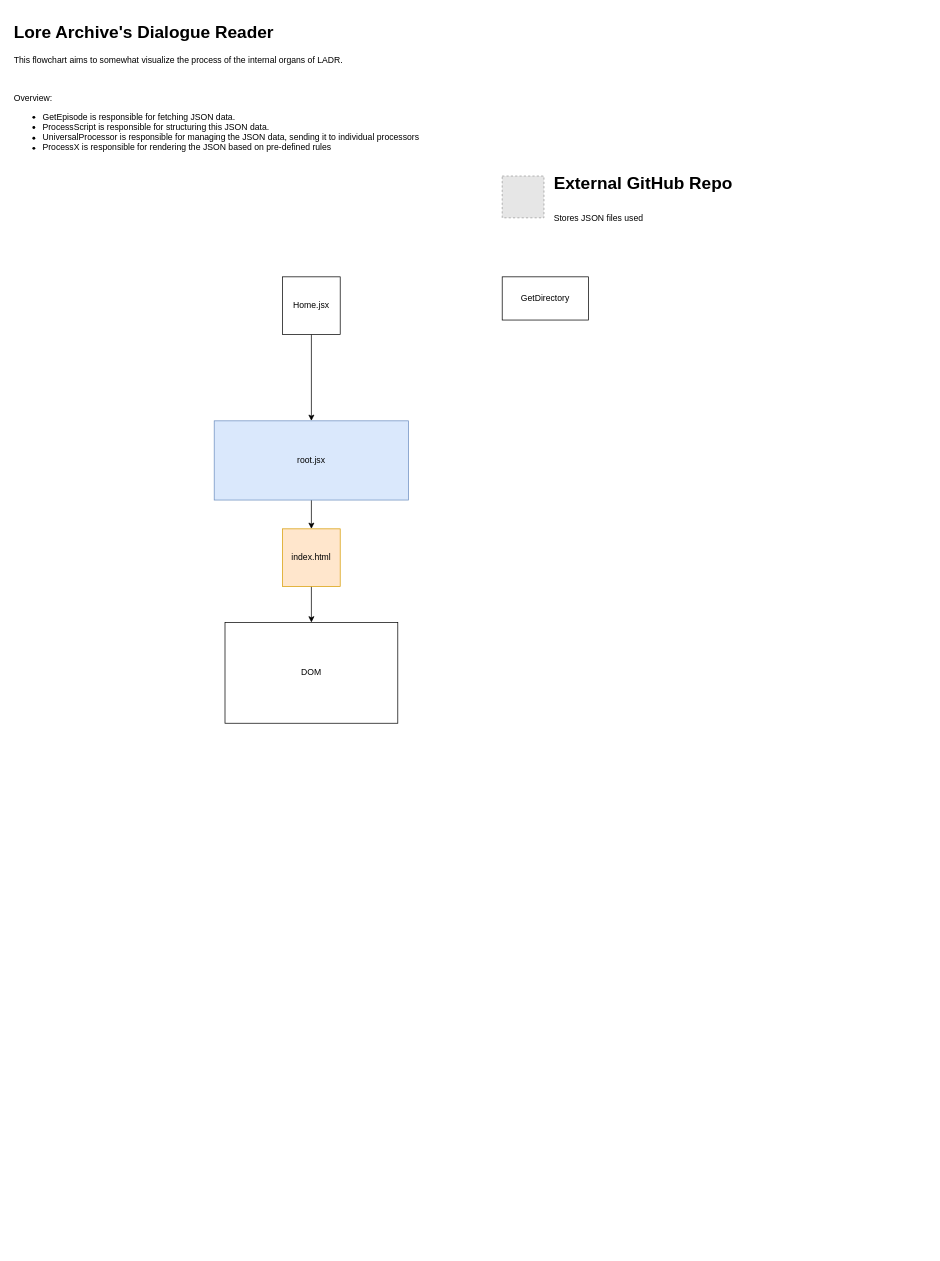
This is ladr.drawio from Cirrow/ladr, a draw.io file, before an edit. Source tidied: cells renumbered, new cells numbered last; positions are measured from the earlier drawing's top-left corner, leaving out a move shared by most shapes. Both pictures are drawn from the tidied source at 72%, with x=0, y=0 at pixel (12, 17). Pictures stored in the file or linked from it are replaced by grey dashed boxes.
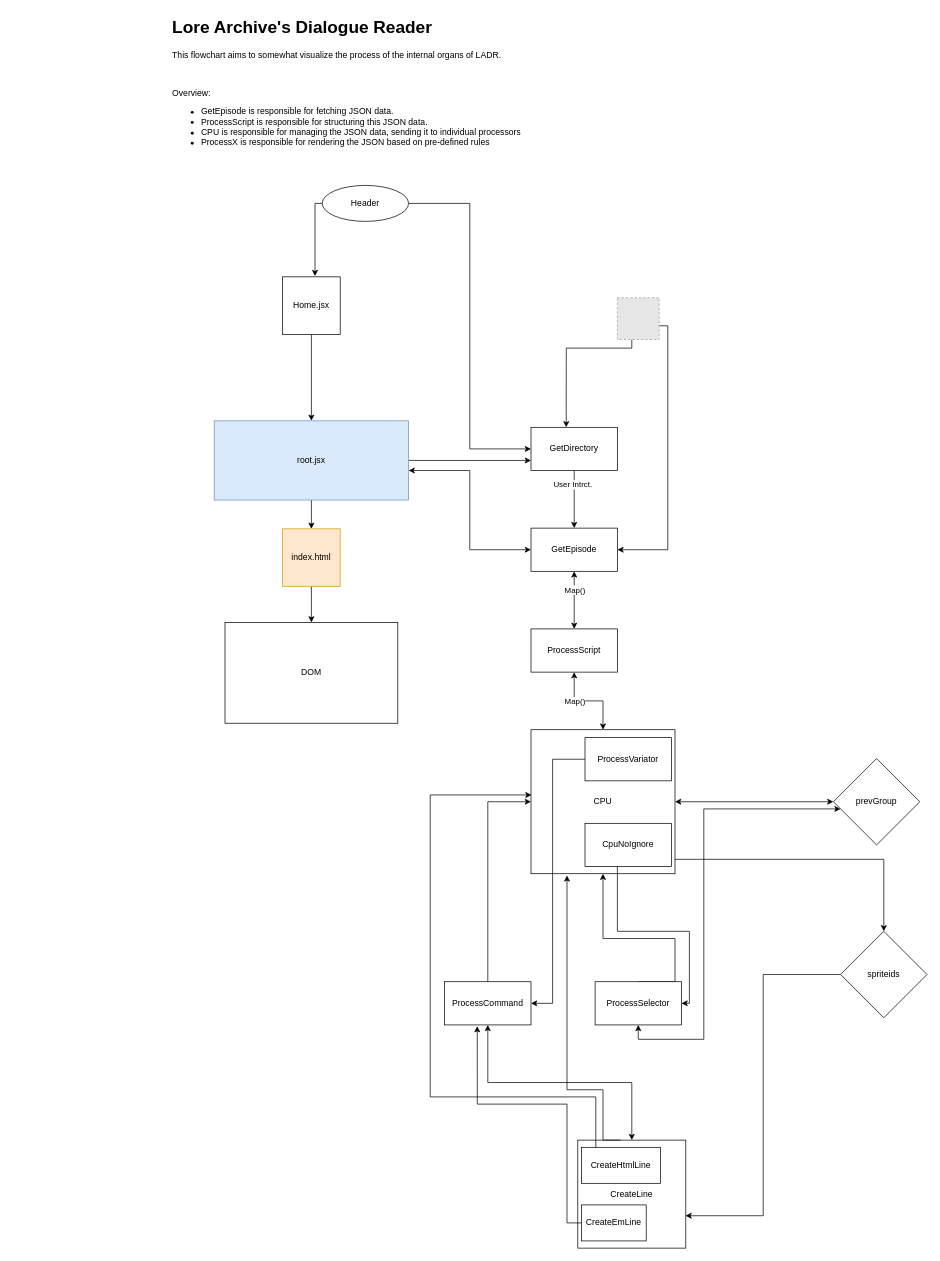
Above is the later version.

The change refers to these unchanged cells:
```xml
<mxCell id="7" value="root.jsx" style="rounded=0;whiteSpace=wrap;html=1;fillColor=#dae8fc;strokeColor=#6c8ebf;" parent="1" vertex="1">
  <mxGeometry x="280" y="560" width="270" height="110" as="geometry" />
</mxCell>
```

Diff of the diagram source:
```diff
@@
-    <mxCell id="2" value="&lt;h1 style=&quot;margin-top: 0px;&quot;&gt;Lore Archive's Dialogue Reader&lt;/h1&gt;&lt;p&gt;This flowchart aims to somewhat visualize the process of the internal organs of LADR.&lt;/p&gt;&lt;p&gt;&lt;br&gt;&lt;/p&gt;&lt;p&gt;Overview:&lt;/p&gt;&lt;p&gt;&lt;/p&gt;&lt;ul&gt;&lt;li&gt;GetEpisode is responsible for fetching JSON data.&lt;/li&gt;&lt;li&gt;ProcessScript is responsible for structuring this JSON data.&lt;/li&gt;&lt;li&gt;UniversalProcessor is responsible for managing the JSON data, sending it to individual processors&lt;/li&gt;&lt;li&gt;ProcessX is responsible for rendering the JSON based on pre-defined rules&lt;/li&gt;&lt;/ul&gt;&lt;p&gt;&lt;/p&gt;" style="text;html=1;whiteSpace=wrap;overflow=hidden;rounded=0;" parent="1" vertex="1">
-      <mxGeometry width="590" height="220" as="geometry" />
+    <mxCell id="2" value="&lt;h1 style=&quot;margin-top: 0px;&quot;&gt;Lore Archive's Dialogue Reader&lt;/h1&gt;&lt;p&gt;This flowchart aims to somewhat visualize the process of the internal organs of LADR.&lt;/p&gt;&lt;p&gt;&lt;br&gt;&lt;/p&gt;&lt;p&gt;Overview:&lt;/p&gt;&lt;p&gt;&lt;/p&gt;&lt;ul&gt;&lt;li&gt;GetEpisode is responsible for fetching JSON data.&lt;/li&gt;&lt;li&gt;ProcessScript is responsible for structuring this JSON data.&lt;/li&gt;&lt;li&gt;CPU is responsible for managing the JSON data, sending it to individual processors&lt;/li&gt;&lt;li&gt;ProcessX is responsible for rendering the JSON based on pre-defined rules&lt;/li&gt;&lt;/ul&gt;&lt;p&gt;&lt;/p&gt;" style="text;html=1;whiteSpace=wrap;overflow=hidden;rounded=0;" parent="1" vertex="1">
+      <mxGeometry x="220" y="-7" width="590" height="220" as="geometry" />
     </mxCell>
@@
+    <mxCell id="13" style="edgeStyle=orthogonalEdgeStyle;rounded=0;jettySize=auto;html=1;exitX=1;exitY=0.5;exitDx=0;exitDy=0;" parent="1" edge="1" source="7">
+      <mxGeometry relative="1" as="geometry">
+        <mxPoint x="720" y="615" as="targetPoint" />
+        <Array as="points">
+          <mxPoint x="720" y="615" />
+        </Array>
+      </mxGeometry>
+    </mxCell>
+    <mxCell id="14" style="edgeStyle=orthogonalEdgeStyle;rounded=0;jettySize=auto;html=1;entryX=0;entryY=0.5;entryDx=0;entryDy=0;startArrow=classic;startFill=1;" parent="1" edge="1" source="7" target="21">
+      <mxGeometry relative="1" as="geometry">
+        <Array as="points">
+          <mxPoint x="635" y="629" />
+          <mxPoint x="635" y="739" />
+        </Array>
+      </mxGeometry>
+    </mxCell>
@@
+    <mxCell id="15" style="edgeStyle=orthogonalEdgeStyle;rounded=0;orthogonalLoop=1;jettySize=auto;html=1;entryX=0.572;entryY=-0.013;entryDx=0;entryDy=0;entryPerimeter=0;exitX=0.5;exitY=1;exitDx=0;exitDy=0;" parent="1" edge="1">
+      <mxGeometry relative="1" as="geometry">
+        <mxPoint x="860" y="447" as="sourcePoint" />
+        <mxPoint x="768.9" y="569" as="targetPoint" />
+        <Array as="points">
+          <mxPoint x="860" y="459" />
+          <mxPoint x="769" y="459" />
+          <mxPoint x="769" y="480" />
+          <mxPoint x="769" y="480" />
+        </Array>
+      </mxGeometry>
+    </mxCell>
+    <mxCell id="16" style="edgeStyle=orthogonalEdgeStyle;rounded=0;jettySize=auto;html=1;entryX=1;entryY=0.5;entryDx=0;entryDy=0;" parent="1" edge="1" source="10" target="21">
+      <mxGeometry relative="1" as="geometry">
+        <Array as="points">
+          <mxPoint x="910" y="428" />
+          <mxPoint x="910" y="739" />
+        </Array>
+      </mxGeometry>
+    </mxCell>
     <mxCell id="10" style="fillColor=#E6E6E6;strokeColor=#999999;dashed=1;html=1;verticalAlign=top;verticalLabelPosition=bottom;labelBackgroundColor=#ffffff;" parent="1" vertex="1">
-      <mxGeometry x="680" y="220" width="58" height="58" as="geometry" />
+      <mxGeometry x="840" y="389" width="58" height="58" as="geometry" />
     </mxCell>
-    <mxCell id="11" value="&lt;h1 style=&quot;margin-top: 0px;&quot;&gt;&lt;span style=&quot;background-color: transparent; color: light-dark(rgb(0, 0, 0), rgb(255, 255, 255));&quot;&gt;External GitHub Repo&lt;/span&gt;&lt;/h1&gt;&lt;h1 style=&quot;margin-top: 0px;&quot;&gt;&lt;span style=&quot;background-color: transparent; color: light-dark(rgb(0, 0, 0), rgb(255, 255, 255)); font-size: 12px; font-weight: normal;&quot;&gt;Stores JSON files used&lt;/span&gt;&lt;/h1&gt;" style="text;html=1;whiteSpace=wrap;overflow=hidden;rounded=0;" parent="1" vertex="1">
-      <mxGeometry x="750" y="208.5" width="260" height="81" as="geometry" />
-    </mxCell>
+    <mxCell id="17" style="edgeStyle=orthogonalEdgeStyle;rounded=0;jettySize=auto;html=1;" parent="1" edge="1" source="12" target="21">
+      <mxGeometry relative="1" as="geometry" />
+    </mxCell>
+    <mxCell id="18" value="User Intrct." style="edgeLabel;html=1;align=center;verticalAlign=middle;" parent="17" vertex="1">
+      <mxGeometry x="-0.53" y="-3" relative="1" as="geometry" />
+    </mxCell>
     <mxCell id="12" value="GetDirectory" style="rounded=0;whiteSpace=wrap;html=1;" parent="1" vertex="1">
-      <mxGeometry x="680" y="360" width="120" height="60" as="geometry" />
+      <mxGeometry x="720" y="569" width="120" height="60" as="geometry" />
     </mxCell>
+    <mxCell id="19" style="edgeStyle=orthogonalEdgeStyle;rounded=0;jettySize=auto;html=1;startArrow=classic;startFill=1;" parent="1" edge="1" source="21" target="24">
+      <mxGeometry relative="1" as="geometry" />
+    </mxCell>
+    <mxCell id="20" value="Map()" style="edgeLabel;html=1;align=center;verticalAlign=middle;" parent="19" vertex="1">
+      <mxGeometry x="-0.67" y="-1" relative="1" as="geometry">
+        <mxPoint x="1" y="12" as="offset" />
+      </mxGeometry>
+    </mxCell>
+    <mxCell id="21" value="GetEpisode" style="whiteSpace=wrap;html=1;rounded=0;" parent="1" vertex="1">
+      <mxGeometry x="720" y="709" width="120" height="60" as="geometry" />
+    </mxCell>
+    <mxCell id="22" style="edgeStyle=orthogonalEdgeStyle;rounded=0;jettySize=auto;html=1;startArrow=classic;startFill=1;" parent="1" edge="1" source="24" target="29">
+      <mxGeometry relative="1" as="geometry" />
+    </mxCell>
+    <mxCell id="23" value="Map()" style="edgeLabel;html=1;align=center;verticalAlign=middle;" parent="22" vertex="1">
+      <mxGeometry x="-0.33" relative="1" as="geometry" />
+    </mxCell>
+    <mxCell id="24" value="ProcessScript" style="whiteSpace=wrap;html=1;rounded=0;" parent="1" vertex="1">
+      <mxGeometry x="720" y="849" width="120" height="60" as="geometry" />
+    </mxCell>
+    <mxCell id="25" style="edgeStyle=orthogonalEdgeStyle;rounded=0;jettySize=auto;html=1;" parent="1" edge="1" source="27">
+      <mxGeometry relative="1" as="geometry">
+        <mxPoint x="420" y="359" as="targetPoint" />
+        <Array as="points">
+          <mxPoint x="420" y="258" />
+        </Array>
+      </mxGeometry>
+    </mxCell>
+    <mxCell id="26" style="edgeStyle=orthogonalEdgeStyle;rounded=0;jettySize=auto;html=1;entryX=0;entryY=0.5;entryDx=0;entryDy=0;" parent="1" edge="1" source="27" target="12">
+      <mxGeometry relative="1" as="geometry" />
+    </mxCell>
+    <mxCell id="27" value="Header" style="ellipse;whiteSpace=wrap;html=1;" parent="1" vertex="1">
+      <mxGeometry x="430" y="233" width="120" height="50" as="geometry" />
+    </mxCell>
+    <mxCell id="28" style="edgeStyle=orthogonalEdgeStyle;rounded=0;jettySize=auto;html=1;entryX=0.5;entryY=0;entryDx=0;entryDy=0;" parent="1" edge="1" source="29" target="48">
+      <mxGeometry relative="1" as="geometry">
+        <Array as="points">
+          <mxPoint x="1210" y="1169" />
+        </Array>
+      </mxGeometry>
+    </mxCell>
+    <mxCell id="29" value="CPU" style="whiteSpace=wrap;html=1;rounded=0;" parent="1" vertex="1">
+      <mxGeometry x="720" y="989" width="200" height="200" as="geometry" />
+    </mxCell>
+    <mxCell id="30" style="edgeStyle=orthogonalEdgeStyle;rounded=0;jettySize=auto;html=1;entryX=0;entryY=0.5;entryDx=0;entryDy=0;" parent="1" edge="1" source="31" target="29">
+      <mxGeometry relative="1" as="geometry">
+        <Array as="points">
+          <mxPoint x="660" y="1089" />
+        </Array>
+      </mxGeometry>
+    </mxCell>
+    <mxCell id="31" value="ProcessCommand" style="whiteSpace=wrap;html=1;rounded=0;" parent="1" vertex="1">
+      <mxGeometry x="600" y="1339" width="120" height="60" as="geometry" />
+    </mxCell>
+    <mxCell id="32" style="edgeStyle=orthogonalEdgeStyle;rounded=0;jettySize=auto;html=1;entryX=1;entryY=0.5;entryDx=0;entryDy=0;" parent="1" edge="1" source="33" target="31">
+      <mxGeometry relative="1" as="geometry">
+        <Array as="points">
+          <mxPoint x="750" y="1030" />
+          <mxPoint x="750" y="1369" />
+        </Array>
+      </mxGeometry>
+    </mxCell>
+    <mxCell id="33" value="ProcessVariator" style="whiteSpace=wrap;html=1;rounded=0;" parent="1" vertex="1">
+      <mxGeometry x="795" y="1000" width="120" height="60" as="geometry" />
+    </mxCell>
+    <mxCell id="34" style="edgeStyle=orthogonalEdgeStyle;rounded=0;jettySize=auto;html=1;exitX=0.5;exitY=0;exitDx=0;exitDy=0;entryX=0.5;entryY=1;entryDx=0;entryDy=0;startArrow=classic;startFill=1;" parent="1" edge="1" source="35" target="31">
+      <mxGeometry relative="1" as="geometry" />
+    </mxCell>
+    <mxCell id="35" value="CreateLine" style="whiteSpace=wrap;html=1;" parent="1" vertex="1">
+      <mxGeometry x="785" y="1559" width="150" height="150" as="geometry" />
+    </mxCell>
+    <mxCell id="36" style="edgeStyle=orthogonalEdgeStyle;rounded=0;jettySize=auto;html=1;exitX=0.5;exitY=0;exitDx=0;exitDy=0;entryX=0.5;entryY=1;entryDx=0;entryDy=0;" parent="1" edge="1" source="37" target="29">
+      <mxGeometry relative="1" as="geometry">
+        <Array as="points">
+          <mxPoint x="920" y="1339" />
+          <mxPoint x="920" y="1279" />
+          <mxPoint x="820" y="1279" />
+        </Array>
+      </mxGeometry>
+    </mxCell>
+    <mxCell id="37" value="ProcessSelector" style="whiteSpace=wrap;html=1;rounded=0;" parent="1" vertex="1">
+      <mxGeometry x="809" y="1339" width="120" height="60" as="geometry" />
+    </mxCell>
+    <mxCell id="38" style="edgeStyle=orthogonalEdgeStyle;rounded=0;jettySize=auto;html=1;entryX=1;entryY=0.5;entryDx=0;entryDy=0;" parent="1" edge="1" source="39" target="37">
+      <mxGeometry relative="1" as="geometry">
+        <Array as="points">
+          <mxPoint x="840" y="1269" />
+          <mxPoint x="940" y="1269" />
+          <mxPoint x="940" y="1369" />
+        </Array>
+      </mxGeometry>
+    </mxCell>
+    <mxCell id="39" value="CpuNoIgnore" style="whiteSpace=wrap;html=1;rounded=0;" parent="1" vertex="1">
+      <mxGeometry x="795" y="1119" width="120" height="60" as="geometry" />
+    </mxCell>
+    <mxCell id="40" style="edgeStyle=orthogonalEdgeStyle;rounded=0;jettySize=auto;html=1;exitX=0;exitY=0.5;exitDx=0;exitDy=0;entryX=1;entryY=0.5;entryDx=0;entryDy=0;startArrow=classic;startFill=1;" parent="1" edge="1" source="42" target="29">
+      <mxGeometry relative="1" as="geometry" />
+    </mxCell>
+    <mxCell id="41" style="edgeStyle=orthogonalEdgeStyle;rounded=0;jettySize=auto;html=1;entryX=0.5;entryY=1;entryDx=0;entryDy=0;startArrow=classic;startFill=1;" parent="1" edge="1" source="42" target="37">
+      <mxGeometry relative="1" as="geometry">
+        <Array as="points">
+          <mxPoint x="960" y="1099" />
+          <mxPoint x="960" y="1419" />
+          <mxPoint x="869" y="1419" />
+        </Array>
+      </mxGeometry>
+    </mxCell>
+    <mxCell id="42" value="prevGroup" style="rhombus;whiteSpace=wrap;html=1;" parent="1" vertex="1">
+      <mxGeometry x="1140" y="1029" width="120" height="120" as="geometry" />
+    </mxCell>
+    <mxCell id="43" style="edgeStyle=orthogonalEdgeStyle;rounded=0;orthogonalLoop=1;jettySize=auto;html=1;entryX=0.278;entryY=1.012;entryDx=0;entryDy=0;entryPerimeter=0;" parent="1" edge="1">
+      <mxGeometry relative="1" as="geometry">
+        <mxPoint x="844.4" y="1559" as="sourcePoint" />
+        <mxPoint x="770" y="1191.4" as="targetPoint" />
+        <Array as="points">
+          <mxPoint x="820" y="1559" />
+          <mxPoint x="820" y="1489" />
+          <mxPoint x="770" y="1489" />
+        </Array>
+      </mxGeometry>
+    </mxCell>
+    <mxCell id="44" value="CreateHtmlLine" style="rounded=0;whiteSpace=wrap;html=1;" parent="1" vertex="1">
+      <mxGeometry x="790" y="1569" width="110" height="50" as="geometry" />
+    </mxCell>
+    <mxCell id="45" style="edgeStyle=orthogonalEdgeStyle;rounded=0;jettySize=auto;html=1;entryX=0.004;entryY=0.453;entryDx=0;entryDy=0;entryPerimeter=0;" parent="1" edge="1" source="44" target="29">
+      <mxGeometry relative="1" as="geometry">
+        <Array as="points">
+          <mxPoint x="810" y="1499" />
+          <mxPoint x="580" y="1499" />
+          <mxPoint x="580" y="1079" />
+          <mxPoint x="721" y="1079" />
+        </Array>
+      </mxGeometry>
+    </mxCell>
+    <mxCell id="46" value="CreateEmLine" style="rounded=0;whiteSpace=wrap;html=1;" parent="1" vertex="1">
+      <mxGeometry x="790" y="1649" width="90" height="50" as="geometry" />
+    </mxCell>
+    <mxCell id="47" style="edgeStyle=orthogonalEdgeStyle;rounded=0;jettySize=auto;html=1;entryX=0.378;entryY=1.028;entryDx=0;entryDy=0;entryPerimeter=0;" parent="1" edge="1" source="46" target="31">
+      <mxGeometry relative="1" as="geometry">
+        <Array as="points">
+          <mxPoint x="770" y="1674" />
+          <mxPoint x="770" y="1509" />
+          <mxPoint x="645" y="1509" />
+        </Array>
+      </mxGeometry>
+    </mxCell>
+    <mxCell id="48" value="spriteids" style="rhombus;whiteSpace=wrap;html=1;" parent="1" vertex="1">
+      <mxGeometry x="1150" y="1269" width="120" height="120" as="geometry" />
+    </mxCell>
+    <mxCell id="49" style="edgeStyle=orthogonalEdgeStyle;rounded=0;jettySize=auto;html=1;entryX=0.997;entryY=0.7;entryDx=0;entryDy=0;entryPerimeter=0;" parent="1" edge="1" source="48" target="35">
+      <mxGeometry relative="1" as="geometry" />
+    </mxCell>
```
